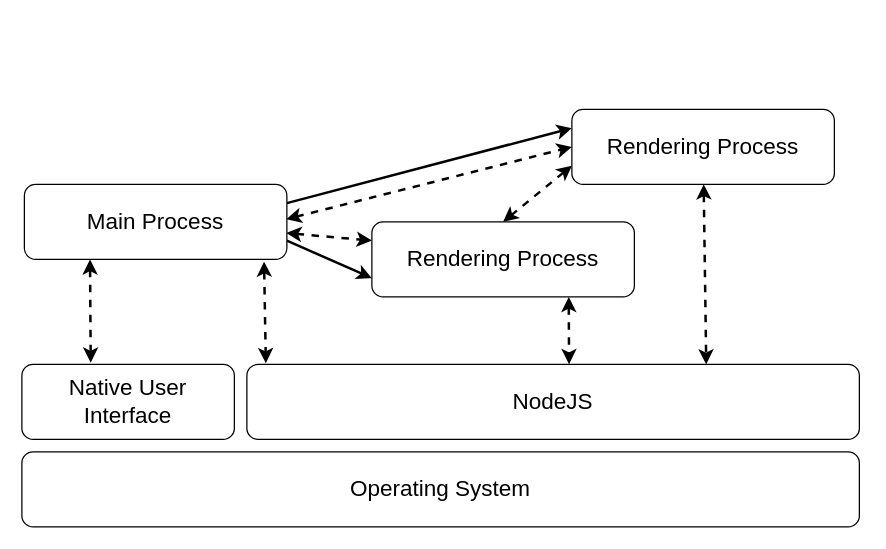
Earlier version of the draw.io diagram hibryd-architeture.drawio (nobertomaciel/UDWMJ-Unifacs). Source tidied: cells renumbered, new cells numbered last; positions are measured from the earlier drawing's top-left corner, leaving out a move shared by most shapes. Both pictures are drawn from the tidied source at 125%, with x=0, y=0 at pixel (21, 109).
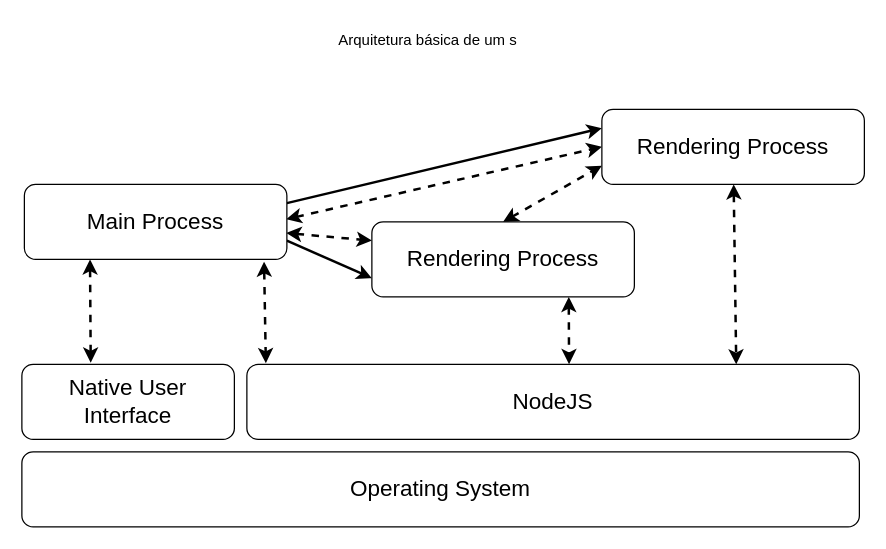
Above is the later version.

Change to the diagram source:
```diff
@@
 <mxGraphModel>
   <root>
     <mxCell id="0" />
     <mxCell id="1" parent="0" />
     <mxCell id="2" style="rounded=0;jettySize=auto;html=1;entryX=0;entryY=0.75;entryDx=0;entryDy=0;exitX=1;exitY=0.75;exitDx=0;exitDy=0;strokeWidth=2;targetPerimeterSpacing=5;sourcePerimeterSpacing=5;fontSize=18;" parent="1" edge="1" source="6" target="12">
       <mxGeometry relative="1" as="geometry" />
     </mxCell>
     <mxCell id="3" style="rounded=0;jettySize=auto;html=1;exitX=0.998;exitY=0.648;exitDx=0;exitDy=0;entryX=0;entryY=0.25;entryDx=0;entryDy=0;dashed=1;strokeWidth=2;targetPerimeterSpacing=5;sourcePerimeterSpacing=5;startArrow=classic;startFill=1;exitPerimeter=0;fontSize=18;" parent="1" edge="1" source="6" target="12">
       <mxGeometry relative="1" as="geometry" />
     </mxCell>
     <mxCell id="4" style="rounded=0;jettySize=auto;html=1;exitX=0.998;exitY=0.464;exitDx=0;exitDy=0;dashed=1;startSize=6;endSize=6;sourcePerimeterSpacing=5;targetPerimeterSpacing=5;strokeWidth=2;entryX=0;entryY=0.5;entryDx=0;entryDy=0;endArrow=classic;endFill=1;startArrow=classic;startFill=1;exitPerimeter=0;fontSize=18;" parent="1" edge="1" source="6" target="14">
       <mxGeometry relative="1" as="geometry" />
     </mxCell>
     <mxCell id="5" style="rounded=0;jettySize=auto;html=1;exitX=1;exitY=0.25;exitDx=0;exitDy=0;entryX=0;entryY=0.25;entryDx=0;entryDy=0;strokeWidth=2;targetPerimeterSpacing=5;sourcePerimeterSpacing=5;fontSize=18;" parent="1" edge="1" source="6" target="14">
       <mxGeometry relative="1" as="geometry" />
     </mxCell>
     <mxCell id="6" value="Main Process" style="rounded=1;whiteSpace=wrap;html=1;fontSize=18;" parent="1" vertex="1">
       <mxGeometry x="2" y="60" width="210" height="60" as="geometry" />
     </mxCell>
     <mxCell id="7" value="Native User Interface" style="rounded=1;whiteSpace=wrap;html=1;fontSize=18;" parent="1" vertex="1">
       <mxGeometry y="204" width="170" height="60" as="geometry" />
     </mxCell>
     <mxCell id="8" value="NodeJS" style="rounded=1;whiteSpace=wrap;html=1;points=[[0,0,0,0,0],[0,0.25,0,0,0],[0,0.5,0,0,0],[0,0.75,0,0,0],[0,1,0,0,0],[0.25,0,0,0,0],[0.25,1,0,0,0],[0.5,1,0,0,0],[0.56,0,0,0,0],[0.75,0,0,0,0],[0.75,1,0,0,0],[1,0,0,0,0],[1,0.25,0,0,0],[1,0.5,0,0,0],[1,0.75,0,0,0],[1,1,0,0,0]];fontSize=18;" parent="1" vertex="1">
       <mxGeometry x="180" y="204" width="490" height="60" as="geometry" />
     </mxCell>
     <mxCell id="9" value="Operating System" style="rounded=1;whiteSpace=wrap;html=1;fontSize=18;" parent="1" vertex="1">
       <mxGeometry y="274" width="670" height="60" as="geometry" />
     </mxCell>
     <mxCell id="10" style="rounded=0;jettySize=auto;html=1;exitX=0.5;exitY=0;exitDx=0;exitDy=0;entryX=0;entryY=0.75;entryDx=0;entryDy=0;strokeWidth=2;sourcePerimeterSpacing=5;targetPerimeterSpacing=5;dashed=1;startArrow=classic;startFill=1;fontSize=18;" parent="1" edge="1" source="12" target="14">
       <mxGeometry relative="1" as="geometry" />
     </mxCell>
     <mxCell id="11" style="rounded=0;jettySize=auto;html=1;exitX=0.75;exitY=1;exitDx=0;exitDy=0;strokeWidth=2;entryX=0.526;entryY=-0.003;entryDx=0;entryDy=0;entryPerimeter=0;dashed=1;startArrow=classic;startFill=1;fontSize=18;" parent="1" edge="1" source="12" target="8">
       <mxGeometry relative="1" as="geometry" />
     </mxCell>
     <mxCell id="12" value="Rendering Process" style="rounded=1;whiteSpace=wrap;html=1;fontSize=18;" parent="1" vertex="1">
       <mxGeometry x="280" y="90" width="210" height="60" as="geometry" />
     </mxCell>
-    <mxCell id="13" style="rounded=0;jettySize=auto;html=1;entryX=0.75;entryY=0;entryDx=0;entryDy=0;strokeWidth=2;dashed=1;startArrow=classic;startFill=1;fontSize=18;" parent="1" edge="1" source="14" target="8">
-      <mxGeometry relative="1" as="geometry" />
+    <mxCell id="13" style="rounded=0;jettySize=auto;html=1;entryX=0.75;entryY=0;entryDx=0;entryDy=0;strokeWidth=2;dashed=1;startArrow=classic;startFill=1;fontSize=18;" parent="1" edge="1" source="14">
+      <mxGeometry relative="1" as="geometry">
+        <mxPoint x="571.5" y="204" as="targetPoint" />
+      </mxGeometry>
     </mxCell>
     <mxCell id="14" value="Rendering Process" style="rounded=1;whiteSpace=wrap;html=1;fontSize=18;" parent="1" vertex="1">
-      <mxGeometry x="440" width="210" height="60" as="geometry" />
+      <mxGeometry x="464" width="210" height="60" as="geometry" />
     </mxCell>
     <mxCell id="15" style="rounded=0;jettySize=auto;html=1;exitX=0.25;exitY=1;exitDx=0;exitDy=0;entryX=0.324;entryY=-0.023;entryDx=0;entryDy=0;entryPerimeter=0;dashed=1;strokeWidth=2;startArrow=classic;startFill=1;fontSize=18;" parent="1" edge="1" source="6" target="7">
       <mxGeometry relative="1" as="geometry" />
     </mxCell>
     <mxCell id="16" style="rounded=0;jettySize=auto;html=1;exitX=0.913;exitY=1.03;exitDx=0;exitDy=0;entryX=0.031;entryY=-0.016;entryDx=0;entryDy=0;entryPerimeter=0;dashed=1;startArrow=classic;startFill=1;strokeWidth=2;exitPerimeter=0;fontSize=18;" parent="1" edge="1" source="6" target="8">
       <mxGeometry relative="1" as="geometry" />
     </mxCell>
+    <mxCell id="17" value="Arquitetura básica de um s" style="text;html=1;whiteSpace=wrap;strokeColor=none;fillColor=none;align=center;verticalAlign=middle;rounded=0;" parent="1" vertex="1">
+      <mxGeometry y="-70" width="650" height="30" as="geometry" />
+    </mxCell>
   </root>
 </mxGraphModel>
```
